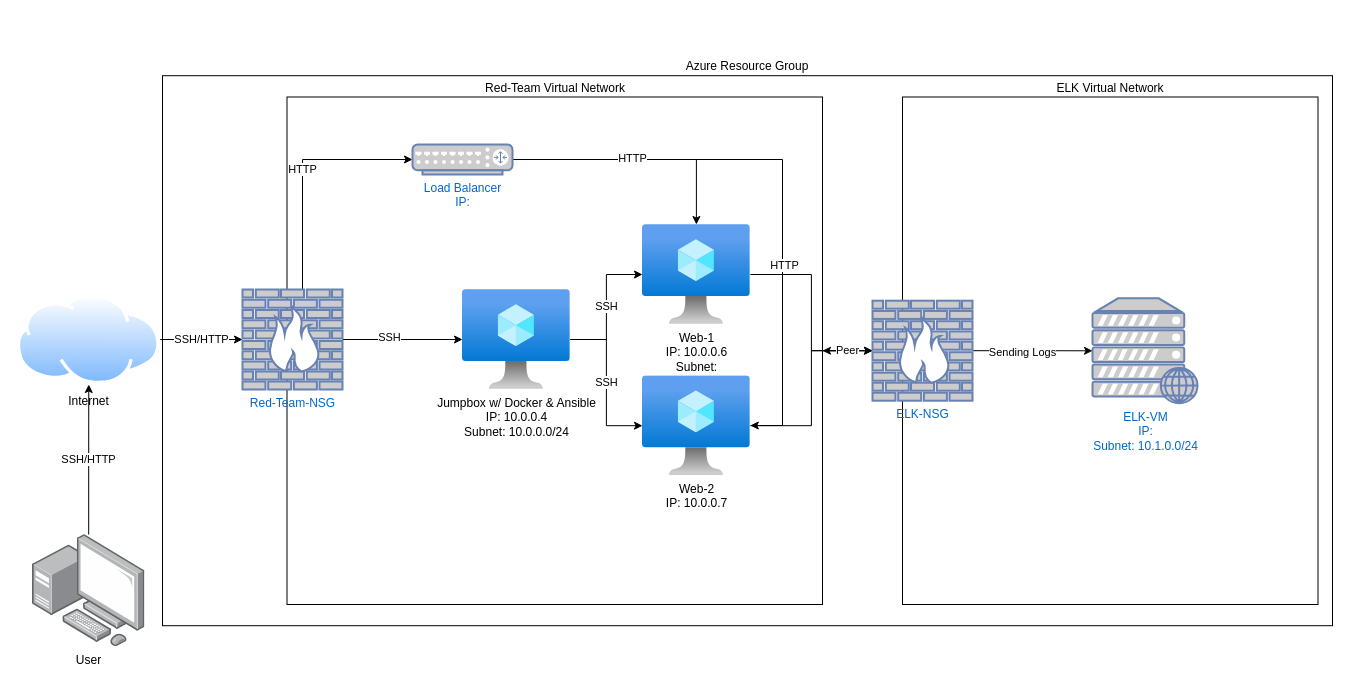
The draw.io diagram Diagrams/Project 1 day 1.drawio in Erik801/Project_1, before the edit. Source tidied: cells renumbered, new cells numbered last; positions are measured from the earlier drawing's top-left corner, leaving out a move shared by most shapes. Both pictures are drawn from the tidied source at 100%, with x=0, y=0 at pixel (17, 75).
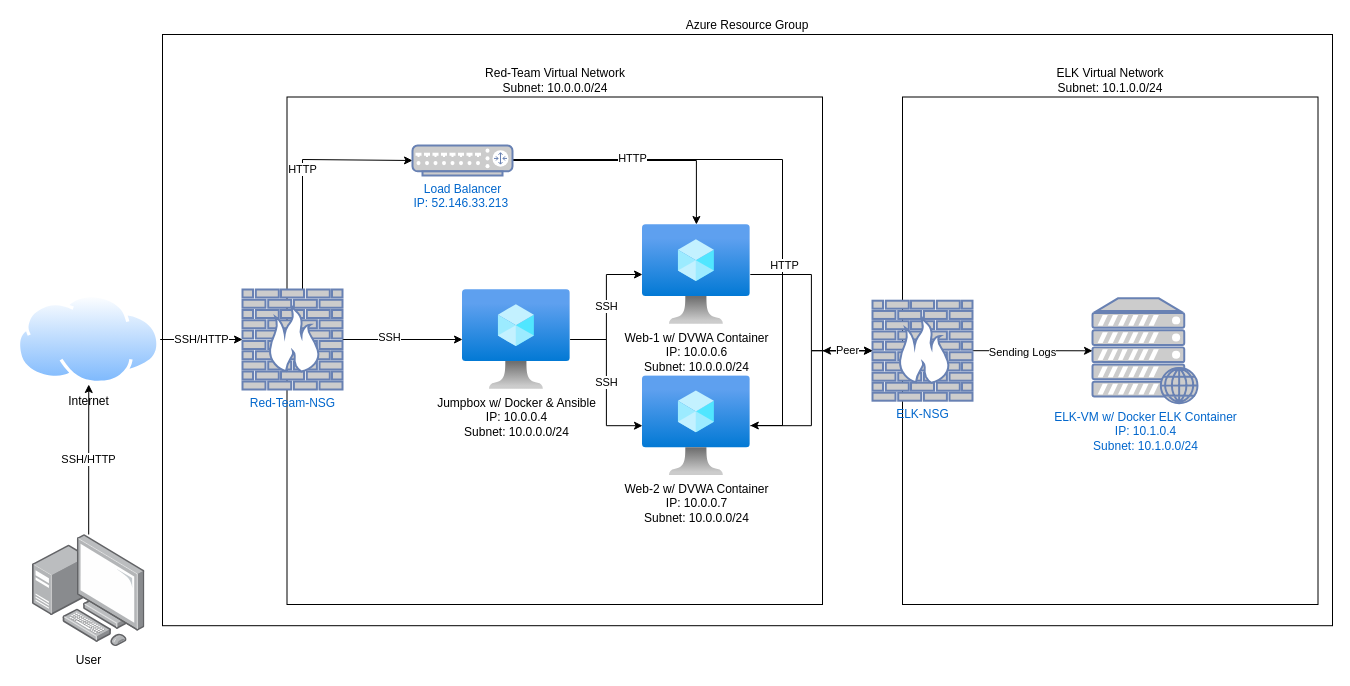
After the change.

Change to the diagram source:
```diff
@@
     <mxCell id="2" value="Azure Resource Group" style="rounded=0;whiteSpace=wrap;html=1;labelPosition=center;verticalLabelPosition=top;align=center;verticalAlign=bottom;" parent="1" vertex="1">
-      <mxGeometry x="145" y="0.2" width="1170" height="550" as="geometry" />
+      <mxGeometry x="145" y="-41" width="1170" height="591.2" as="geometry" />
     </mxCell>
-    <mxCell id="3" value="Red-Team Virtual Network" style="rounded=0;whiteSpace=wrap;html=1;labelPosition=center;verticalLabelPosition=top;align=center;verticalAlign=bottom;" parent="1" vertex="1">
+    <mxCell id="3" value="Red-Team Virtual Network&lt;br&gt;Subnet: 10.0.0.0/24" style="rounded=0;whiteSpace=wrap;html=1;labelPosition=center;verticalLabelPosition=top;align=center;verticalAlign=bottom;" parent="1" vertex="1">
       <mxGeometry x="269.5" y="21.5" width="535.5" height="507.5" as="geometry" />
     </mxCell>
@@
-    <mxCell id="5" value="Web-1&lt;br&gt;IP: 10.0.0.6&lt;br&gt;Subnet:" style="html=1;points=[];align=center;image;fontSize=12;image=img/lib/azure2/compute/Virtual_Machine.svg;" parent="1" vertex="1">
+    <mxCell id="5" value="Web-1 w/ DVWA Container&lt;br&gt;IP: 10.0.0.6&lt;br&gt;Subnet: 10.0.0.0/24" style="html=1;points=[];align=center;image;fontSize=12;image=img/lib/azure2/compute/Virtual_Machine.svg;" parent="1" vertex="1">
       <mxGeometry x="625" y="149" width="107.8" height="100" as="geometry" />
     </mxCell>
@@
-    <mxCell id="7" value="Web-2&lt;br&gt;IP: 10.0.0.7" style="html=1;points=[];align=center;image;fontSize=12;image=img/lib/azure2/compute/Virtual_Machine.svg;" parent="1" vertex="1">
+    <mxCell id="7" value="Web-2 w/ DVWA Container&lt;br&gt;IP: 10.0.0.7&lt;br&gt;Subnet: 10.0.0.0/24" style="html=1;points=[];align=center;image;fontSize=12;image=img/lib/azure2/compute/Virtual_Machine.svg;" parent="1" vertex="1">
       <mxGeometry x="625" y="300.2" width="107.8" height="100" as="geometry" />
     </mxCell>
@@
-    <mxCell id="19" value="Load Balancer&lt;br&gt;IP:" style="fontColor=#0066CC;verticalAlign=top;verticalLabelPosition=bottom;labelPosition=center;align=center;html=1;outlineConnect=0;fillColor=#CCCCCC;strokeColor=#6881B3;gradientColor=none;gradientDirection=north;strokeWidth=2;shape=mxgraph.networks.router;" parent="1" vertex="1">
-      <mxGeometry x="395" y="69" width="100" height="30" as="geometry" />
+    <mxCell id="19" value="Load Balancer&lt;br&gt;IP: 52.146.33.213&amp;nbsp;" style="fontColor=#0066CC;verticalAlign=top;verticalLabelPosition=bottom;labelPosition=center;align=center;html=1;outlineConnect=0;fillColor=#CCCCCC;strokeColor=#6881B3;gradientColor=none;gradientDirection=north;strokeWidth=2;shape=mxgraph.networks.router;" parent="1" vertex="1">
+      <mxGeometry x="395" y="70" width="100" height="30" as="geometry" />
     </mxCell>
@@
-    <mxCell id="22" value="ELK Virtual Network" style="rounded=0;whiteSpace=wrap;html=1;labelPosition=center;verticalLabelPosition=top;align=center;verticalAlign=bottom;" parent="1" vertex="1">
+    <mxCell id="22" value="ELK Virtual Network&lt;br&gt;Subnet: 10.1.0.0/24" style="rounded=0;whiteSpace=wrap;html=1;labelPosition=center;verticalLabelPosition=top;align=center;verticalAlign=bottom;" parent="1" vertex="1">
       <mxGeometry x="885" y="21.5" width="415.5" height="507.5" as="geometry" />
     </mxCell>
@@
-    <mxCell id="25" value="ELK-VM&lt;br&gt;IP:&lt;br&gt;Subnet: 10.1.0.0/24" style="fontColor=#0066CC;verticalAlign=top;verticalLabelPosition=bottom;labelPosition=center;align=center;html=1;outlineConnect=0;fillColor=#CCCCCC;strokeColor=#6881B3;gradientColor=none;gradientDirection=north;strokeWidth=2;shape=mxgraph.networks.web_server;" parent="1" vertex="1">
+    <mxCell id="25" value="ELK-VM w/ Docker ELK Container&lt;br&gt;IP: 10.1.0.4&lt;br&gt;Subnet: 10.1.0.0/24" style="fontColor=#0066CC;verticalAlign=top;verticalLabelPosition=bottom;labelPosition=center;align=center;html=1;outlineConnect=0;fillColor=#CCCCCC;strokeColor=#6881B3;gradientColor=none;gradientDirection=north;strokeWidth=2;shape=mxgraph.networks.web_server;" parent="1" vertex="1">
       <mxGeometry x="1075" y="222.8" width="105" height="105" as="geometry" />
     </mxCell>
```
